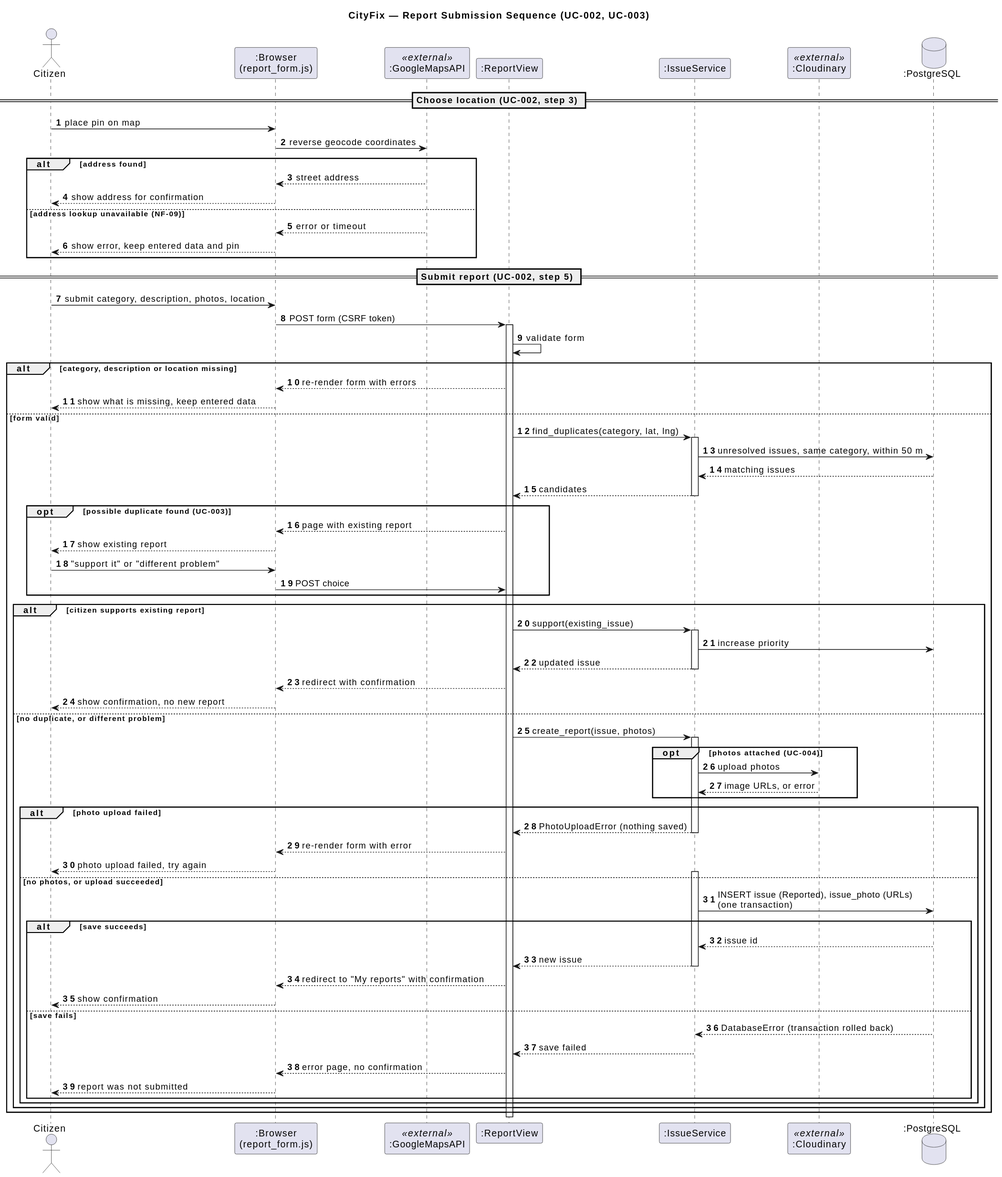
The PlantUML diagram docs/assets/diagrams/sequence_report_submission.svg in T3-Dev-Team/T3-Development, before a commit.
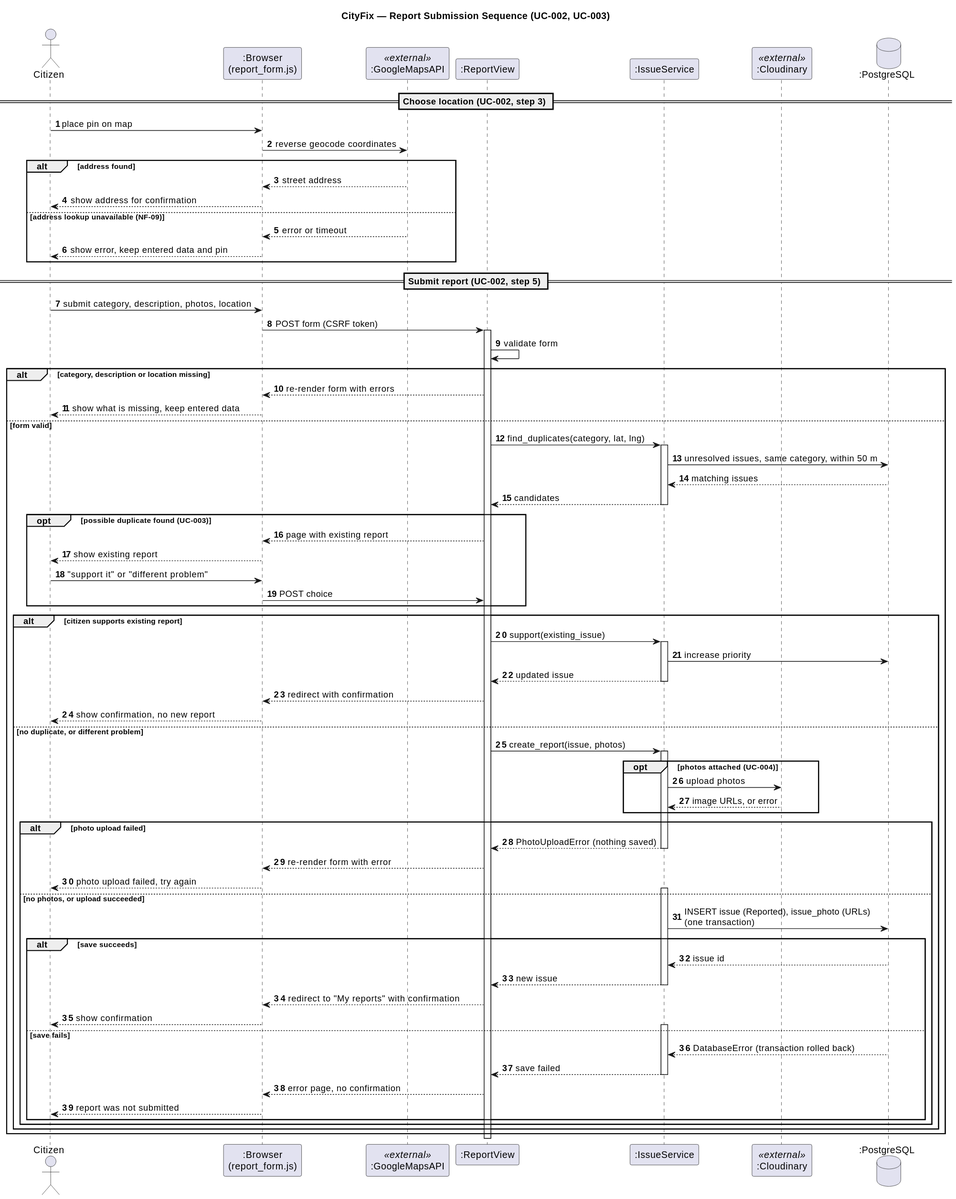
The same file after the commit.

Change to the diagram source:
```diff
@@ -74,6 +74,7 @@
         V --> FE : redirect to "My reports" with confirmation
         FE --> Citizen : show confirmation
       else save fails
+        activate S
         DB --> S : DatabaseError (transaction rolled back)
         S --> V : save failed
         deactivate S
```
